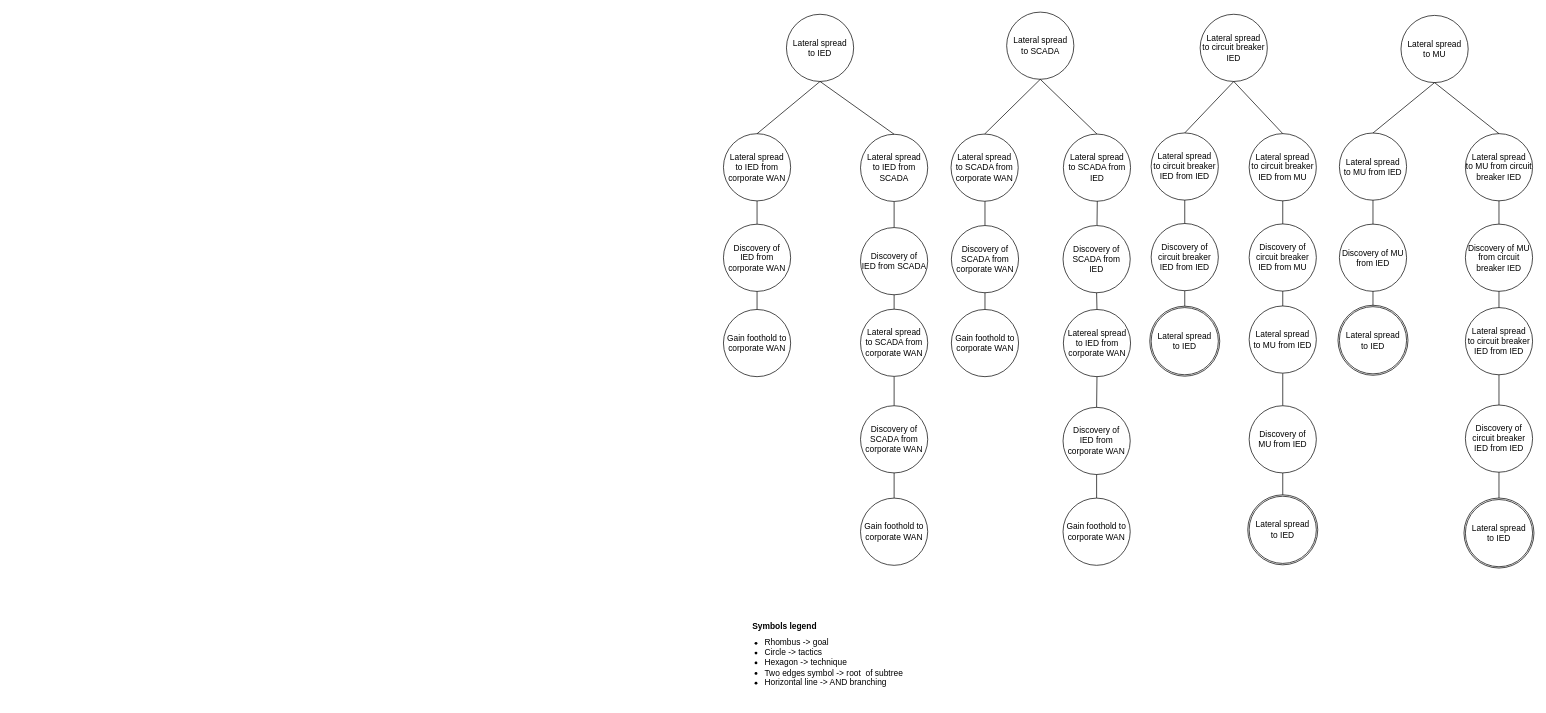
The draw.io diagram drawIO_trees/solution_5_helper_trees_1.drawio in mihaelM/Attack_trees, before the edit. Source tidied: cells renumbered, new cells numbered last; positions are measured from the earlier drawing's top-left corner, leaving out a move shared by most shapes. Both pictures are drawn from the tidied source at 70%, with x=0, y=0 at pixel (723, 12).
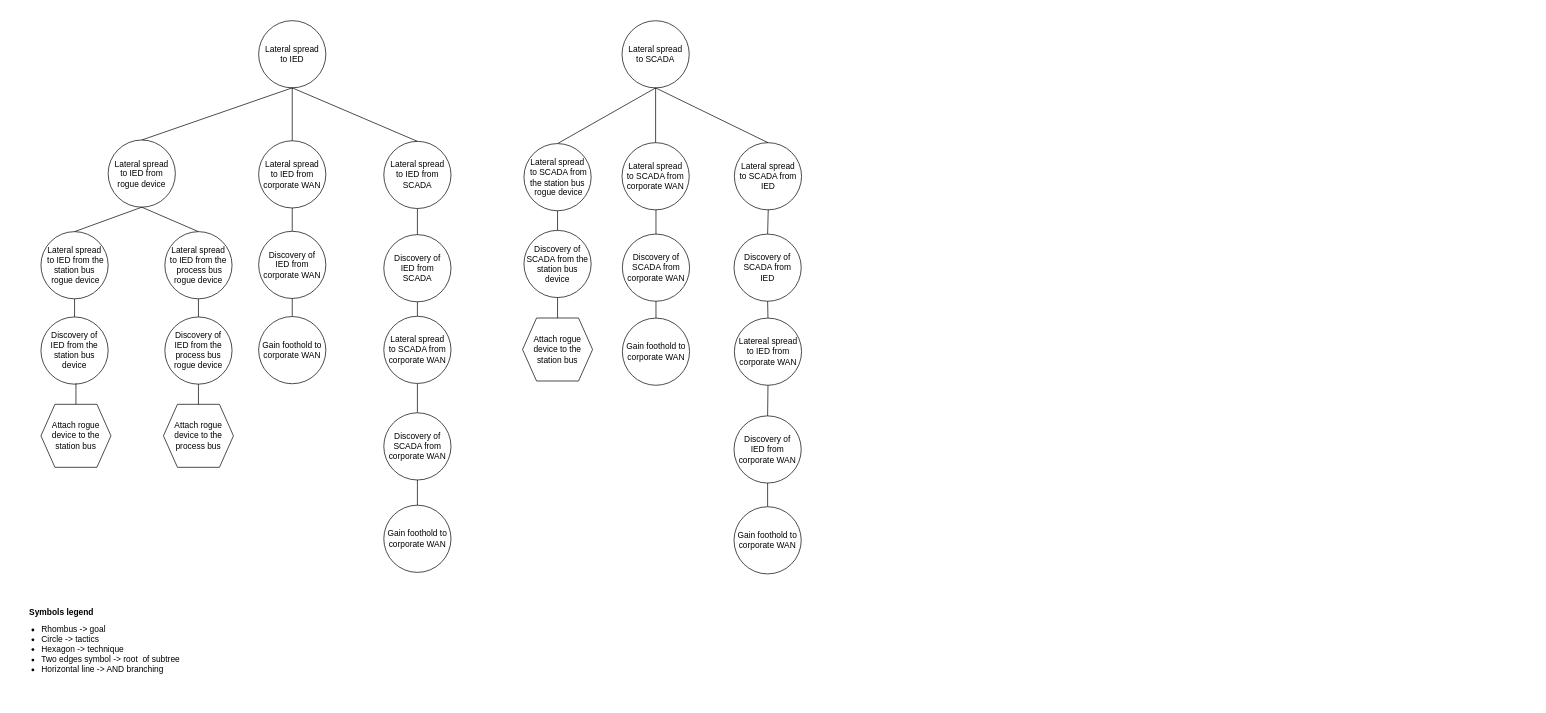
The same page after the edit.

What changed in the source:
```diff
@@
     <mxCell id="2" value="&lt;font style=&quot;font-size: 12px&quot;&gt;Symbols legend&lt;/font&gt;" style="text;strokeColor=none;fillColor=none;html=1;fontSize=24;fontStyle=1;verticalAlign=middle;align=center;" parent="1" vertex="1">
-      <mxGeometry x="37" y="853" width="100" height="40" as="geometry" />
+      <mxGeometry x="-996" y="834" width="100" height="40" as="geometry" />
     </mxCell>
     <mxCell id="3" value="&lt;ul&gt;&lt;li&gt;&lt;span&gt;Rhombus -&amp;gt; goal&lt;/span&gt;&lt;/li&gt;&lt;li&gt;&lt;span&gt;Circle -&amp;gt; tactics&lt;/span&gt;&lt;br&gt;&lt;/li&gt;&lt;li&gt;Hexagon -&amp;gt; technique&lt;/li&gt;&lt;li&gt;Two edges symbol -&amp;gt; root&amp;nbsp; of subtree&lt;/li&gt;&lt;li&gt;Horizontal line -&amp;gt; AND branching&lt;/li&gt;&lt;/ul&gt;" style="text;strokeColor=none;fillColor=none;html=1;whiteSpace=wrap;verticalAlign=middle;overflow=hidden;fontSize=12;" parent="1" vertex="1">
-      <mxGeometry x="17" y="874" width="270" height="110" as="geometry" />
+      <mxGeometry x="-1016" y="855" width="270" height="110" as="geometry" />
     </mxCell>
@@
     <mxCell id="5" value="Lateral spread&lt;br&gt;to IED from corporate WAN" style="ellipse;whiteSpace=wrap;html=1;" parent="1" vertex="1">
-      <mxGeometry y="173.5" width="96" height="96" as="geometry" />
+      <mxGeometry x="-664" y="183.6" width="96" height="96" as="geometry" />
     </mxCell>
     <mxCell id="6" value="Discovery of &lt;br&gt;IED from corporate WAN" style="ellipse;whiteSpace=wrap;html=1;" parent="1" vertex="1">
-      <mxGeometry y="302.8" width="96" height="96" as="geometry" />
+      <mxGeometry x="-664" y="312.9" width="96" height="96" as="geometry" />
     </mxCell>
@@
     <mxCell id="8" value="Gain foothold to corporate WAN" style="ellipse;whiteSpace=wrap;html=1;" parent="1" vertex="1">
-      <mxGeometry y="424.6" width="96" height="96" as="geometry" />
+      <mxGeometry x="-664" y="434.7" width="96" height="96" as="geometry" />
     </mxCell>
@@
     <mxCell id="10" value="Lateral spread&lt;br&gt;to IED" style="ellipse;whiteSpace=wrap;html=1;" parent="1" vertex="1">
-      <mxGeometry x="90" y="2.9" width="96" height="96" as="geometry" />
+      <mxGeometry x="-664" y="12" width="96" height="96" as="geometry" />
     </mxCell>
@@
     <mxCell id="12" value="Lateral spread&lt;br&gt;to IED from SCADA" style="ellipse;whiteSpace=wrap;html=1;" parent="1" vertex="1">
-      <mxGeometry x="195.8" y="174.3" width="96" height="96" as="geometry" />
+      <mxGeometry x="-485.2" y="184.4" width="96" height="96" as="geometry" />
     </mxCell>
-    <mxCell id="13" value="Discovery of &lt;br&gt;IED from SCADA" style="ellipse;whiteSpace=wrap;html=1;" parent="1" vertex="1">
-      <mxGeometry x="195.8" y="307.6" width="96" height="96" as="geometry" />
+    <mxCell id="13" value="Discovery of &lt;br&gt;IED from &lt;br&gt;SCADA" style="ellipse;whiteSpace=wrap;html=1;" parent="1" vertex="1">
+      <mxGeometry x="-485.2" y="317.7" width="96" height="96" as="geometry" />
     </mxCell>
@@
     <mxCell id="17" value="Lateral spread&lt;br&gt;to SCADA from corporate WAN" style="ellipse;whiteSpace=wrap;html=1;" parent="1" vertex="1">
-      <mxGeometry x="195.8" y="424.2" width="96" height="96" as="geometry" />
+      <mxGeometry x="-485.2" y="434.3" width="96" height="96" as="geometry" />
     </mxCell>
     <mxCell id="18" value="Discovery of &lt;br&gt;SCADA from corporate WAN" style="ellipse;whiteSpace=wrap;html=1;" parent="1" vertex="1">
-      <mxGeometry x="195.8" y="562.1" width="96" height="96" as="geometry" />
+      <mxGeometry x="-485.2" y="572.2" width="96" height="96" as="geometry" />
     </mxCell>
@@
     <mxCell id="20" value="Gain foothold to corporate WAN" style="ellipse;whiteSpace=wrap;html=1;" parent="1" vertex="1">
-      <mxGeometry x="195.8" y="694.1" width="96" height="96" as="geometry" />
+      <mxGeometry x="-485.2" y="704.2" width="96" height="96" as="geometry" />
     </mxCell>
     <mxCell id="21" style="endArrow=none;html=1;rounded=0;" parent="1" edge="1" source="23">
       <mxGeometry relative="1" as="geometry">
-        <mxPoint x="373.6" y="265.8" as="targetPoint" />
+        <mxPoint x="-96.4" y="278.1" as="targetPoint" />
       </mxGeometry>
     </mxCell>
     <mxCell id="22" value="Lateral spread&lt;br&gt;to SCADA from corporate WAN" style="ellipse;whiteSpace=wrap;html=1;" parent="1" vertex="1">
-      <mxGeometry x="325.1" y="174" width="96" height="96" as="geometry" />
+      <mxGeometry x="-144.9" y="186.3" width="96" height="96" as="geometry" />
     </mxCell>
     <mxCell id="23" value="Discovery of &lt;br&gt;SCADA from corporate WAN" style="ellipse;whiteSpace=wrap;html=1;" parent="1" vertex="1">
-      <mxGeometry x="325.6" y="304.7" width="96" height="96" as="geometry" />
+      <mxGeometry x="-144.4" y="316.9" width="96" height="96" as="geometry" />
     </mxCell>
@@
     <mxCell id="25" value="Gain foothold to corporate WAN" style="ellipse;whiteSpace=wrap;html=1;" parent="1" vertex="1">
-      <mxGeometry x="325.6" y="424.6" width="96" height="96" as="geometry" />
+      <mxGeometry x="-144.4" y="436.9" width="96" height="96" as="geometry" />
     </mxCell>
     <mxCell id="26" value="Lateral spread&lt;br&gt;to SCADA" style="ellipse;whiteSpace=wrap;html=1;" parent="1" vertex="1">
-      <mxGeometry x="404.6" y="-0.2" width="96" height="96" as="geometry" />
+      <mxGeometry x="-144.9" y="12.1" width="96" height="96" as="geometry" />
     </mxCell>
@@
     <mxCell id="28" style="endArrow=none;html=1;rounded=0;" parent="1" edge="1" source="30">
       <mxGeometry relative="1" as="geometry">
-        <mxPoint x="534.1" y="265.8" as="targetPoint" />
+        <mxPoint x="64.1" y="278.1" as="targetPoint" />
       </mxGeometry>
     </mxCell>
     <mxCell id="29" value="Lateral spread&lt;br&gt;to SCADA from IED" style="ellipse;whiteSpace=wrap;html=1;" parent="1" vertex="1">
-      <mxGeometry x="485.6" y="174" width="96" height="96" as="geometry" />
+      <mxGeometry x="15.6" y="186.3" width="96" height="96" as="geometry" />
     </mxCell>
     <mxCell id="30" value="Discovery of &lt;br&gt;SCADA from &lt;br&gt;IED" style="ellipse;whiteSpace=wrap;html=1;" parent="1" vertex="1">
-      <mxGeometry x="485.1" y="304.7" width="96" height="96" as="geometry" />
+      <mxGeometry x="15.1" y="316.9" width="96" height="96" as="geometry" />
     </mxCell>
@@
     <mxCell id="33" value="Discovery of &lt;br&gt;IED from corporate WAN" style="ellipse;whiteSpace=wrap;html=1;" parent="1" vertex="1">
-      <mxGeometry x="485.1" y="564.4" width="96" height="96" as="geometry" />
+      <mxGeometry x="15.1" y="576.6" width="96" height="96" as="geometry" />
     </mxCell>
@@
     <mxCell id="35" value="Gain foothold to corporate WAN" style="ellipse;whiteSpace=wrap;html=1;" parent="1" vertex="1">
-      <mxGeometry x="485.1" y="694.1" width="96" height="96" as="geometry" />
+      <mxGeometry x="15.1" y="706.4" width="96" height="96" as="geometry" />
     </mxCell>
     <mxCell id="36" value="Latereal spread to&amp;nbsp;IED from corporate WAN" style="ellipse;whiteSpace=wrap;html=1;" parent="1" vertex="1">
-      <mxGeometry x="485.6" y="424.6" width="96" height="96" as="geometry" />
+      <mxGeometry x="15.6" y="436.9" width="96" height="96" as="geometry" />
     </mxCell>
@@
-    <mxCell id="38" value="Lateral spread&lt;br&gt;to circuit breaker IED from IED" style="ellipse;whiteSpace=wrap;html=1;" parent="1" vertex="1">
-      <mxGeometry x="611" y="172.4" width="96" height="96" as="geometry" />
-    </mxCell>
-    <mxCell id="39" style="endArrow=none;html=1;rounded=0;exitX=0.5;exitY=1;exitDx=0;exitDy=0;entryX=0.5;entryY=0;entryDx=0;entryDy=0;" parent="1" edge="1" target="73">
-      <mxGeometry relative="1" as="geometry">
-        <mxPoint x="659" y="379.1" as="sourcePoint" />
-      </mxGeometry>
-    </mxCell>
-    <mxCell id="40" value="Discovery of circuit breaker IED from IED" style="ellipse;whiteSpace=wrap;html=1;" parent="1" vertex="1">
-      <mxGeometry x="611" y="301.8" width="96" height="96" as="geometry" />
-    </mxCell>
-    <mxCell id="41" style="endArrow=none;html=1;rounded=0;exitX=0.5;exitY=1;exitDx=0;exitDy=0;entryX=0.5;entryY=0;entryDx=0;entryDy=0;" parent="1" edge="1" source="38" target="40">
-      <mxGeometry relative="1" as="geometry" />
-    </mxCell>
-    <mxCell id="42" value="Lateral spread&lt;br&gt;to circuit breaker IED" style="ellipse;whiteSpace=wrap;html=1;" parent="1" vertex="1">
-      <mxGeometry x="681" y="2.9" width="96" height="96" as="geometry" />
-    </mxCell>
-    <mxCell id="43" style="endArrow=none;html=1;rounded=0;exitX=0.5;exitY=1;exitDx=0;exitDy=0;entryX=0.5;entryY=0;entryDx=0;entryDy=0;" parent="1" edge="1" source="42" target="38">
-      <mxGeometry relative="1" as="geometry" />
-    </mxCell>
-    <mxCell id="44" value="Lateral spread&lt;br&gt;to circuit breaker IED from MU" style="ellipse;whiteSpace=wrap;html=1;" parent="1" vertex="1">
-      <mxGeometry x="751" y="173.4" width="96" height="96" as="geometry" />
-    </mxCell>
-    <mxCell id="45" style="endArrow=none;html=1;rounded=0;exitX=0.5;exitY=1;exitDx=0;exitDy=0;" parent="1" edge="1" target="69">
-      <mxGeometry relative="1" as="geometry">
-        <mxPoint x="799" y="624.1" as="sourcePoint" />
-      </mxGeometry>
-    </mxCell>
-    <mxCell id="46" value="Discovery of circuit breaker IED from MU" style="ellipse;whiteSpace=wrap;html=1;" parent="1" vertex="1">
-      <mxGeometry x="751" y="302.4" width="96" height="96" as="geometry" />
-    </mxCell>
-    <mxCell id="47" style="endArrow=none;html=1;rounded=0;exitX=0.5;exitY=1;exitDx=0;exitDy=0;entryX=0.5;entryY=0;entryDx=0;entryDy=0;" parent="1" edge="1" source="44" target="46">
-      <mxGeometry relative="1" as="geometry" />
-    </mxCell>
-    <mxCell id="48" style="endArrow=none;html=1;rounded=0;exitX=0.5;exitY=1;exitDx=0;exitDy=0;entryX=0.5;entryY=0;entryDx=0;entryDy=0;" parent="1" edge="1" source="42" target="44">
-      <mxGeometry relative="1" as="geometry" />
-    </mxCell>
-    <mxCell id="49" style="endArrow=none;html=1;rounded=0;exitX=0.5;exitY=0;exitDx=0;exitDy=0;" parent="1" edge="1" source="51" target="50">
-      <mxGeometry relative="1" as="geometry" />
-    </mxCell>
-    <mxCell id="50" value="Lateral spread&lt;br&gt;to MU from IED" style="ellipse;whiteSpace=wrap;html=1;" parent="1" vertex="1">
-      <mxGeometry x="751" y="419.6" width="96" height="96" as="geometry" />
-    </mxCell>
-    <mxCell id="51" value="Discovery of &lt;br&gt;MU from IED" style="ellipse;whiteSpace=wrap;html=1;" parent="1" vertex="1">
-      <mxGeometry x="751" y="562.1" width="96" height="96" as="geometry" />
-    </mxCell>
-    <mxCell id="52" style="endArrow=none;html=1;rounded=0;exitX=0.5;exitY=1;exitDx=0;exitDy=0;" parent="1" edge="1" source="46" target="50">
-      <mxGeometry relative="1" as="geometry" />
-    </mxCell>
-    <mxCell id="53" value="Lateral spread&lt;br&gt;to MU from IED" style="ellipse;whiteSpace=wrap;html=1;" parent="1" vertex="1">
-      <mxGeometry x="879.9" y="172.5" width="96" height="96" as="geometry" />
-    </mxCell>
-    <mxCell id="54" style="endArrow=none;html=1;rounded=0;exitX=0.5;exitY=1;exitDx=0;exitDy=0;entryX=0.5;entryY=0;entryDx=0;entryDy=0;" parent="1" edge="1" target="75">
-      <mxGeometry relative="1" as="geometry">
-        <mxPoint x="927.9" y="389.4" as="sourcePoint" />
-      </mxGeometry>
-    </mxCell>
-    <mxCell id="55" value="Discovery of MU from IED" style="ellipse;whiteSpace=wrap;html=1;" parent="1" vertex="1">
-      <mxGeometry x="879.9" y="302.7" width="96" height="96" as="geometry" />
-    </mxCell>
-    <mxCell id="56" style="endArrow=none;html=1;rounded=0;exitX=0.5;exitY=1;exitDx=0;exitDy=0;entryX=0.5;entryY=0;entryDx=0;entryDy=0;" parent="1" edge="1" source="53" target="55">
-      <mxGeometry relative="1" as="geometry" />
-    </mxCell>
-    <mxCell id="57" value="Lateral spread&lt;br&gt;to MU" style="ellipse;whiteSpace=wrap;html=1;" parent="1" vertex="1">
-      <mxGeometry x="967.9" y="4.5" width="96" height="96" as="geometry" />
-    </mxCell>
-    <mxCell id="58" style="endArrow=none;html=1;rounded=0;exitX=0.5;exitY=0;exitDx=0;exitDy=0;entryX=0.5;entryY=1;entryDx=0;entryDy=0;" parent="1" edge="1" source="53" target="57">
-      <mxGeometry relative="1" as="geometry" />
-    </mxCell>
-    <mxCell id="59" value="Lateral spread&lt;br&gt;to MU from circuit breaker IED" style="ellipse;whiteSpace=wrap;html=1;" parent="1" vertex="1">
-      <mxGeometry x="1059.9" y="173.4" width="96" height="96" as="geometry" />
-    </mxCell>
-    <mxCell id="60" style="endArrow=none;html=1;rounded=0;exitX=0.5;exitY=1;exitDx=0;exitDy=0;" parent="1" edge="1">
-      <mxGeometry relative="1" as="geometry">
-        <mxPoint x="1107.9" y="647.1" as="sourcePoint" />
-        <mxPoint x="1107.9" y="696.1" as="targetPoint" />
-      </mxGeometry>
-    </mxCell>
-    <mxCell id="61" value="Discovery of MU from circuit breaker IED" style="ellipse;whiteSpace=wrap;html=1;" parent="1" vertex="1">
-      <mxGeometry x="1059.9" y="302.7" width="96" height="96" as="geometry" />
-    </mxCell>
-    <mxCell id="62" style="endArrow=none;html=1;rounded=0;exitX=0.5;exitY=1;exitDx=0;exitDy=0;entryX=0.5;entryY=0;entryDx=0;entryDy=0;" parent="1" edge="1" source="59" target="61">
-      <mxGeometry relative="1" as="geometry" />
-    </mxCell>
-    <mxCell id="63" style="endArrow=none;html=1;rounded=0;exitX=0.5;exitY=0;exitDx=0;exitDy=0;" parent="1" edge="1" source="65" target="64">
-      <mxGeometry relative="1" as="geometry" />
-    </mxCell>
-    <mxCell id="64" value="Lateral spread&lt;br&gt;to circuit breaker IED from IED" style="ellipse;whiteSpace=wrap;html=1;" parent="1" vertex="1">
-      <mxGeometry x="1059.9" y="421.9" width="96" height="96" as="geometry" />
-    </mxCell>
-    <mxCell id="65" value="Discovery of circuit breaker IED&amp;nbsp;from IED" style="ellipse;whiteSpace=wrap;html=1;" parent="1" vertex="1">
-      <mxGeometry x="1059.9" y="561.1" width="96" height="96" as="geometry" />
-    </mxCell>
-    <mxCell id="66" style="endArrow=none;html=1;rounded=0;exitX=0.5;exitY=1;exitDx=0;exitDy=0;" parent="1" edge="1" source="61" target="64">
-      <mxGeometry relative="1" as="geometry" />
-    </mxCell>
-    <mxCell id="67" style="endArrow=none;html=1;rounded=0;exitX=0.5;exitY=1;exitDx=0;exitDy=0;entryX=0.5;entryY=0;entryDx=0;entryDy=0;" parent="1" edge="1" source="57" target="59">
-      <mxGeometry relative="1" as="geometry" />
-    </mxCell>
-    <mxCell id="68" style="ellipse;whiteSpace=wrap;html=1;" parent="1" vertex="1">
-      <mxGeometry x="749" y="689.4" width="100" height="100" as="geometry" />
-    </mxCell>
-    <mxCell id="69" value="Lateral spread&lt;br&gt;to IED" style="ellipse;whiteSpace=wrap;html=1;" parent="1" vertex="1">
-      <mxGeometry x="751" y="691.4" width="96" height="96" as="geometry" />
-    </mxCell>
-    <mxCell id="70" style="ellipse;whiteSpace=wrap;html=1;" parent="1" vertex="1">
-      <mxGeometry x="1057.9" y="694" width="100" height="100" as="geometry" />
-    </mxCell>
-    <mxCell id="71" value="Lateral spread&lt;br&gt;to IED" style="ellipse;whiteSpace=wrap;html=1;" parent="1" vertex="1">
-      <mxGeometry x="1059.9" y="696.1" width="96" height="96" as="geometry" />
-    </mxCell>
-    <mxCell id="72" style="ellipse;whiteSpace=wrap;html=1;" parent="1" vertex="1">
-      <mxGeometry x="609" y="419.9" width="100" height="100" as="geometry" />
-    </mxCell>
-    <mxCell id="73" value="Lateral spread&lt;br&gt;to IED" style="ellipse;whiteSpace=wrap;html=1;" parent="1" vertex="1">
-      <mxGeometry x="611" y="421.9" width="96" height="96" as="geometry" />
-    </mxCell>
-    <mxCell id="74" style="ellipse;whiteSpace=wrap;html=1;" parent="1" vertex="1">
-      <mxGeometry x="877.9" y="418.6" width="100" height="100" as="geometry" />
-    </mxCell>
-    <mxCell id="75" value="Lateral spread&lt;br&gt;to IED" style="ellipse;whiteSpace=wrap;html=1;" parent="1" vertex="1">
-      <mxGeometry x="879.9" y="420.6" width="96" height="96" as="geometry" />
-    </mxCell>
+    <mxCell id="76" style="endArrow=none;html=1;rounded=0;exitX=0.5;exitY=1;exitDx=0;exitDy=0;entryX=0.5;entryY=0;entryDx=0;entryDy=0;" parent="1" edge="1" source="10" target="77">
+      <mxGeometry relative="1" as="geometry" />
+    </mxCell>
+    <mxCell id="77" value="Lateral spread &lt;br&gt;to IED from rogue device" style="ellipse;whiteSpace=wrap;html=1;" parent="1" vertex="1">
+      <mxGeometry x="-879" y="182.5" width="96" height="96" as="geometry" />
+    </mxCell>
+    <mxCell id="78" style="endArrow=none;html=1;rounded=0;exitX=0.5;exitY=0;exitDx=0;exitDy=0;entryX=0.5;entryY=1;entryDx=0;entryDy=0;" parent="1" edge="1" source="79" target="77">
+      <mxGeometry relative="1" as="geometry" />
+    </mxCell>
+    <mxCell id="79" value="Lateral spread&lt;br&gt;&amp;nbsp;to IED from the station bus&lt;br&gt;&amp;nbsp;rogue device" style="ellipse;whiteSpace=wrap;html=1;" parent="1" vertex="1">
+      <mxGeometry x="-975" y="313.4" width="96" height="96" as="geometry" />
+    </mxCell>
+    <mxCell id="80" style="endArrow=none;html=1;rounded=0;entryX=0.5;entryY=1;entryDx=0;entryDy=0;" parent="1" edge="1" source="81" target="79">
+      <mxGeometry relative="1" as="geometry" />
+    </mxCell>
+    <mxCell id="81" value="Discovery of &lt;br&gt;IED from the station bus device" style="ellipse;whiteSpace=wrap;html=1;" parent="1" vertex="1">
+      <mxGeometry x="-975" y="435.3" width="96" height="96" as="geometry" />
+    </mxCell>
+    <mxCell id="82" style="endArrow=none;html=1;rounded=0;exitX=0.5;exitY=0;exitDx=0;exitDy=0;entryX=0.5;entryY=1;entryDx=0;entryDy=0;" parent="1" edge="1" source="83" target="77">
+      <mxGeometry relative="1" as="geometry" />
+    </mxCell>
+    <mxCell id="83" value="Lateral spread &lt;br&gt;to IED from the&lt;br&gt;&amp;nbsp;process bus rogue device" style="ellipse;whiteSpace=wrap;html=1;" parent="1" vertex="1">
+      <mxGeometry x="-798" y="313.4" width="96" height="96" as="geometry" />
+    </mxCell>
+    <mxCell id="84" style="endArrow=none;html=1;rounded=0;entryX=0.5;entryY=1;entryDx=0;entryDy=0;" parent="1" edge="1" source="85" target="83">
+      <mxGeometry relative="1" as="geometry" />
+    </mxCell>
+    <mxCell id="85" value="Discovery of &lt;br&gt;IED from the&lt;br&gt;process bus rogue device" style="ellipse;whiteSpace=wrap;html=1;" parent="1" vertex="1">
+      <mxGeometry x="-798" y="435.3" width="96" height="96" as="geometry" />
+    </mxCell>
+    <mxCell id="86" value="Attach rogue device to the station bus" style="shape=hexagon;perimeter=hexagonPerimeter2;whiteSpace=wrap;html=1;fixedSize=1;" parent="1" vertex="1">
+      <mxGeometry x="-975" y="560.1" width="100" height="90" as="geometry" />
+    </mxCell>
+    <mxCell id="87" value="Attach rogue device to the process bus" style="shape=hexagon;perimeter=hexagonPerimeter2;whiteSpace=wrap;html=1;fixedSize=1;" parent="1" vertex="1">
+      <mxGeometry x="-800" y="560.1" width="100" height="90" as="geometry" />
+    </mxCell>
+    <mxCell id="88" style="endArrow=none;html=1;rounded=0;" parent="1" edge="1" source="86">
+      <mxGeometry relative="1" as="geometry">
+        <mxPoint x="-925" y="530.1" as="targetPoint" />
+      </mxGeometry>
+    </mxCell>
+    <mxCell id="89" style="endArrow=none;html=1;rounded=0;entryX=0.5;entryY=1;entryDx=0;entryDy=0;exitX=0.5;exitY=0;exitDx=0;exitDy=0;" parent="1" edge="1" source="87" target="85">
+      <mxGeometry relative="1" as="geometry" />
+    </mxCell>
+    <mxCell id="90" style="endArrow=none;html=1;rounded=0;exitX=0.5;exitY=1;exitDx=0;exitDy=0;entryX=0.5;entryY=0;entryDx=0;entryDy=0;" parent="1" edge="1" source="26" target="91">
+      <mxGeometry relative="1" as="geometry" />
+    </mxCell>
+    <mxCell id="91" value="Lateral spread&lt;br&gt;&amp;nbsp;to SCADA from the station bus&lt;br&gt;&amp;nbsp;rogue device" style="ellipse;whiteSpace=wrap;html=1;" parent="1" vertex="1">
+      <mxGeometry x="-285" y="187.6" width="96" height="96" as="geometry" />
+    </mxCell>
+    <mxCell id="92" style="endArrow=none;html=1;rounded=0;entryX=0.5;entryY=1;entryDx=0;entryDy=0;" parent="1" edge="1" source="93" target="91">
+      <mxGeometry relative="1" as="geometry" />
+    </mxCell>
+    <mxCell id="93" value="Discovery of &lt;br&gt;SCADA from the station bus device" style="ellipse;whiteSpace=wrap;html=1;" parent="1" vertex="1">
+      <mxGeometry x="-285" y="311.6" width="96" height="96" as="geometry" />
+    </mxCell>
+    <mxCell id="94" value="Attach rogue device to the station bus" style="shape=hexagon;perimeter=hexagonPerimeter2;whiteSpace=wrap;html=1;fixedSize=1;" parent="1" vertex="1">
+      <mxGeometry x="-287" y="436.8" width="100" height="90" as="geometry" />
+    </mxCell>
+    <mxCell id="95" style="endArrow=none;html=1;rounded=0;entryX=0.5;entryY=1;entryDx=0;entryDy=0;" parent="1" edge="1" source="94" target="93">
+      <mxGeometry relative="1" as="geometry" />
+    </mxCell>
```
